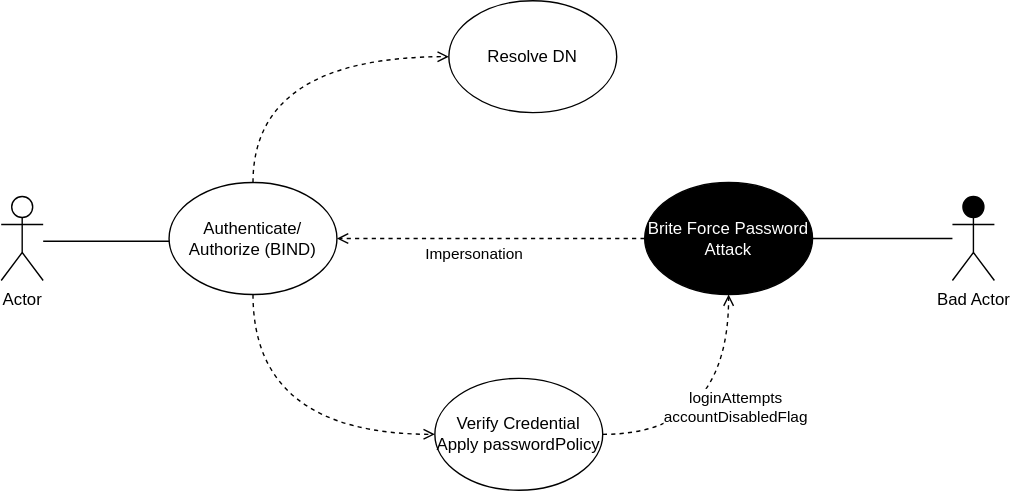
Before: images/Use-Misuse Case-Final1 -Bind.drawio.svg, a diagram exported from draw.io (bartelsjoshuac/SAPG). Source tidied: cells renumbered, new cells last; positions are measured from the earlier drawing's top-left corner, leaving out a move shared by most shapes.
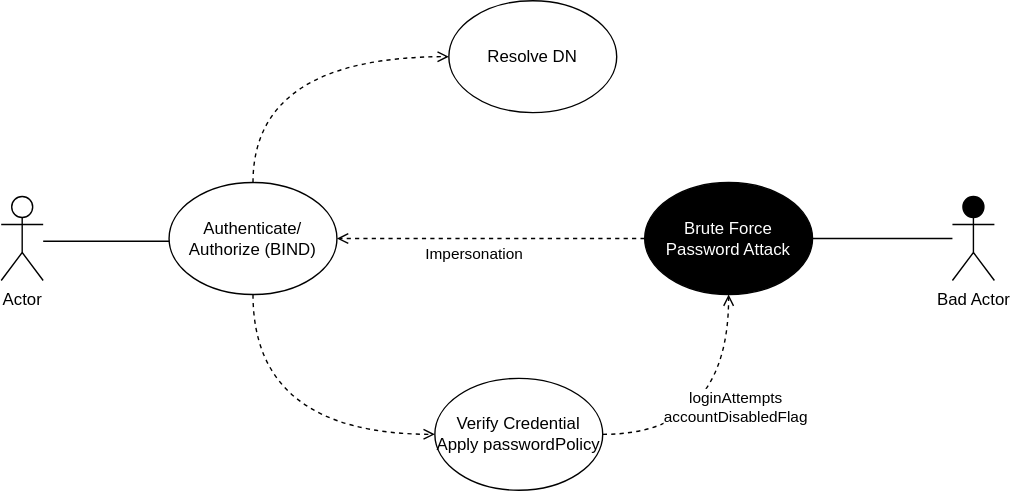
Later version of the same file.

Commit message:
Fix spelling in proofread

What changed in the source:
```diff
@@ -44,7 +44,7 @@
         <mxPoint y="9" as="offset" />
       </mxGeometry>
     </mxCell>
-    <mxCell id="13" value="Brite Force Password Attack" style="ellipse;whiteSpace=wrap;html=1;fillColor=#000000;fontColor=#FFFFFF;" parent="1" vertex="1">
+    <mxCell id="13" value="Brute Force Password Attack" style="ellipse;whiteSpace=wrap;html=1;fillColor=#000000;fontColor=#FFFFFF;" parent="1" vertex="1">
       <mxGeometry x="460" y="130" width="120" height="80" as="geometry" />
     </mxCell>
     <mxCell id="14" style="edgeStyle=orthogonalEdgeStyle;curved=1;rounded=0;jettySize=auto;html=1;dashed=1;endArrow=open;endFill=0;strokeWidth=1;exitX=1;exitY=0.5;exitDx=0;exitDy=0;entryX=0.5;entryY=1;entryDx=0;entryDy=0;" parent="1" edge="1" source="6" target="13">
```
